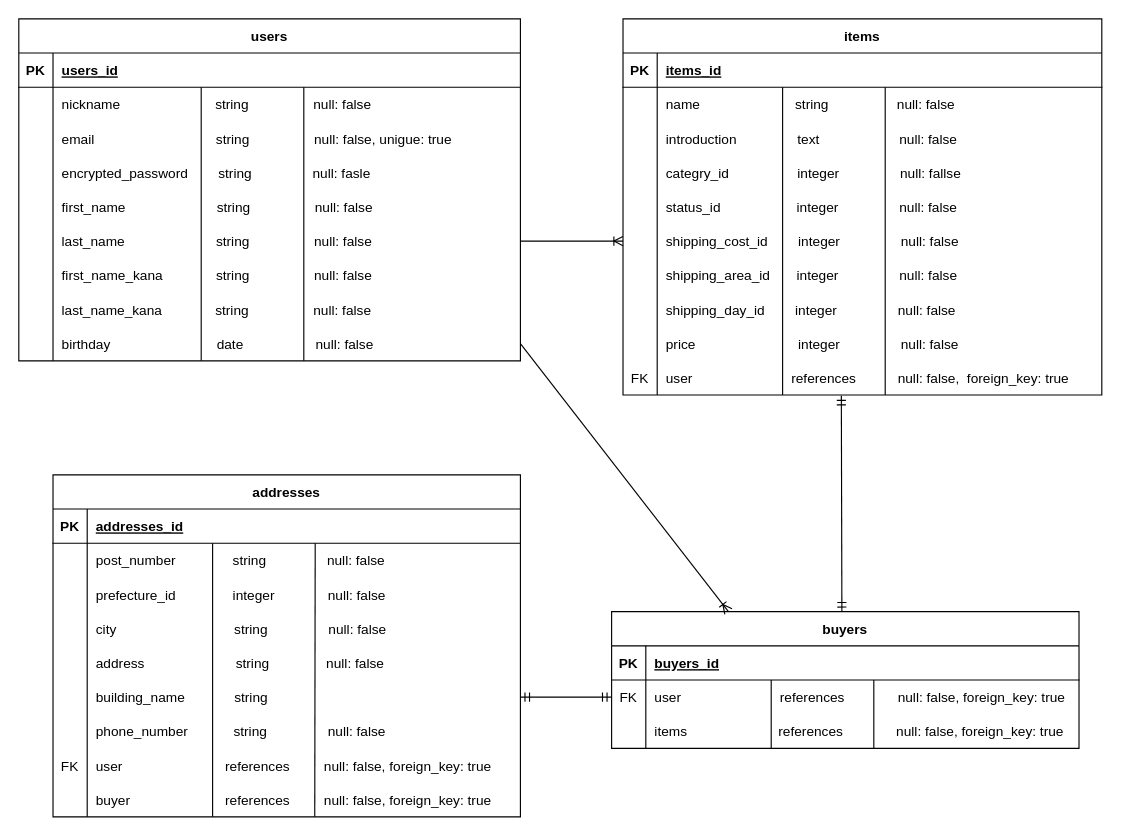
Above: furima.dio in hyperwoman/furima-34325 (draw.io), before the change. Source tidied: cells renumbered, new cells numbered last; positions are measured from the earlier drawing's top-left corner, leaving out a move shared by most shapes. Both pictures are drawn from the tidied source at 114%, with x=0, y=0 at pixel (18, 1).
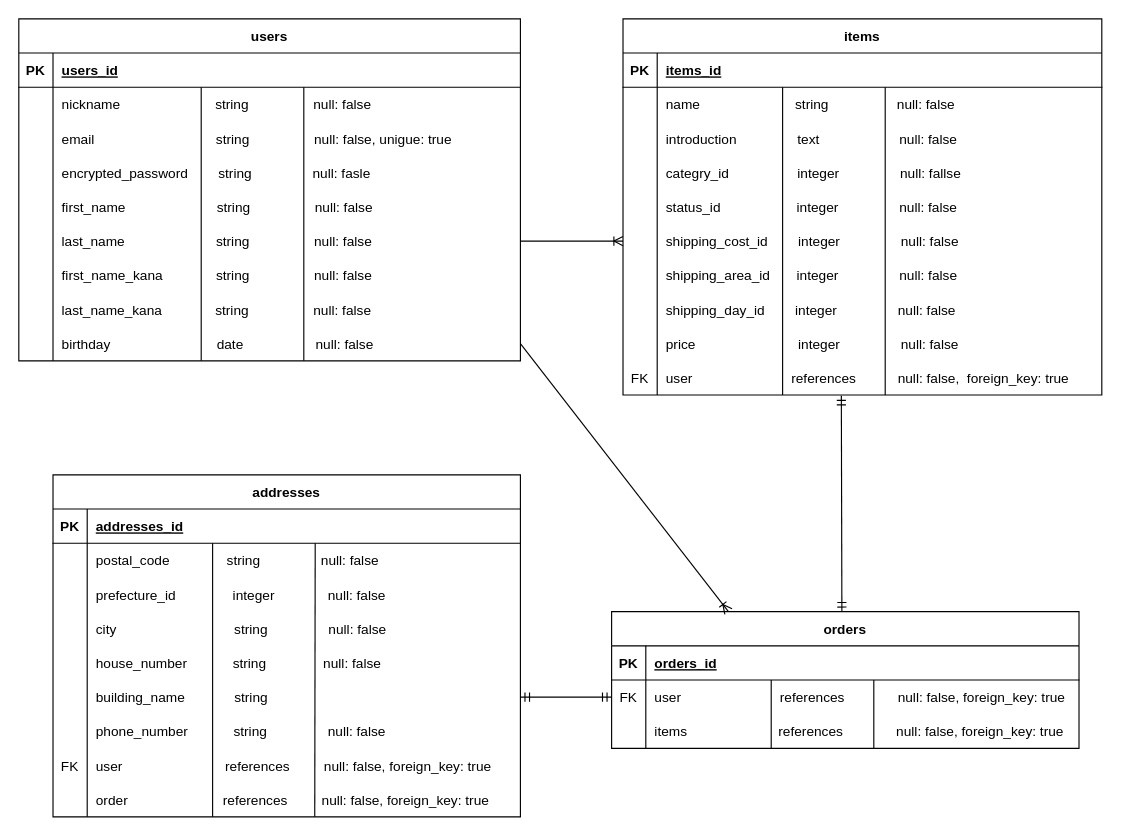
After the change.

Unchanged cells that the change refers to:
```xml
<mxCell id="68" style="shape=partialRectangle;fillColor=none;top=0;left=0;bottom=1;right=0;" parent="67" vertex="1">
  <mxGeometry y="30" width="410" height="30" as="geometry" />
</mxCell>
<mxCell id="84" style="shape=partialRectangle;fillColor=none;top=0;left=0;bottom=0;right=0;" parent="80" vertex="1">
  <mxGeometry y="60" width="410" height="30" as="geometry" />
</mxCell>
<mxCell id="93" style="shape=partialRectangle;fillColor=none;top=0;left=0;bottom=0;right=0;" parent="80" vertex="1">
  <mxGeometry y="150" width="410" height="30" as="geometry" />
</mxCell>
<mxCell id="106" style="shape=partialRectangle;fillColor=none;top=0;left=0;bottom=0;right=0;points=[[0,0.5],[1,0.5]];portConstraint=eastwest;" parent="80" vertex="1">
  <mxGeometry y="270" width="410" height="30" as="geometry" />
</mxCell>
```

Change to the diagram source:
```diff
@@
-    <mxCell id="67" value="buyers" style="shape=table;startSize=30;childLayout=tableLayout;rowLines=0;fontStyle=1;align=center;" parent="1" vertex="1">
+    <mxCell id="67" value="orders" style="shape=table;startSize=30;childLayout=tableLayout;rowLines=0;fontStyle=1;align=center;" parent="1" vertex="1">
       <mxGeometry x="520" y="535" width="410" height="120" as="geometry" />
     </mxCell>
@@
-    <mxCell id="70" value="buyers_id" style="shape=partialRectangle;fillColor=none;top=0;left=0;bottom=0;right=0;align=left;spacingLeft=6;fontStyle=5;overflow=hidden;" parent="68" vertex="1">
+    <mxCell id="70" value="orders_id" style="shape=partialRectangle;fillColor=none;top=0;left=0;bottom=0;right=0;align=left;spacingLeft=6;fontStyle=5;overflow=hidden;" parent="68" vertex="1">
       <mxGeometry x="30" width="380" height="30" as="geometry" />
     </mxCell>
@@
-    <mxCell id="86" value="post_number               string                null: false" style="shape=partialRectangle;fillColor=none;top=0;left=0;bottom=0;right=0;align=left;spacingLeft=6;overflow=hidden;" parent="84" vertex="1">
+    <mxCell id="86" value="postal_code               string                null: false" style="shape=partialRectangle;fillColor=none;top=0;left=0;bottom=0;right=0;align=left;spacingLeft=6;overflow=hidden;" parent="84" vertex="1">
       <mxGeometry x="30" width="380" height="30" as="geometry" />
     </mxCell>
@@
-    <mxCell id="95" value="address                        string               null: false" style="shape=partialRectangle;fillColor=none;top=0;left=0;bottom=0;right=0;align=left;spacingLeft=6;overflow=hidden;" parent="93" vertex="1">
+    <mxCell id="95" value="house_number            string               null: false" style="shape=partialRectangle;fillColor=none;top=0;left=0;bottom=0;right=0;align=left;spacingLeft=6;overflow=hidden;" parent="93" vertex="1">
       <mxGeometry x="30" width="380" height="30" as="geometry" />
     </mxCell>
@@
-    <mxCell id="108" value="buyer                         references         null: false, foreign_key: true" style="shape=partialRectangle;fillColor=none;top=0;left=0;bottom=0;right=0;align=left;spacingLeft=6;fontStyle=0;overflow=hidden;" parent="106" vertex="1">
+    <mxCell id="108" value="order                         references         null: false, foreign_key: true" style="shape=partialRectangle;fillColor=none;top=0;left=0;bottom=0;right=0;align=left;spacingLeft=6;fontStyle=0;overflow=hidden;" parent="106" vertex="1">
       <mxGeometry x="30" width="380" height="30" as="geometry" />
     </mxCell>
```
